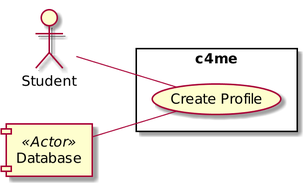
The PlantUML diagram c4me.png in Omarfos/CSE416, before a commit.
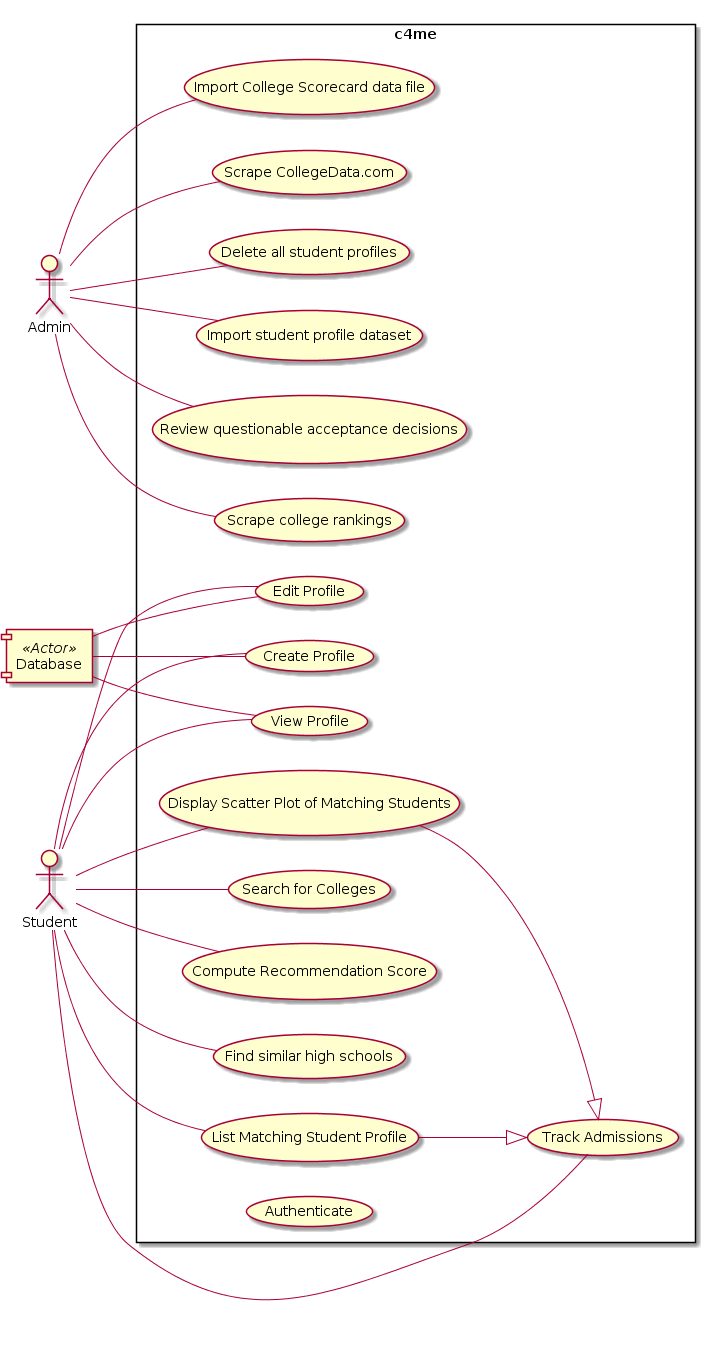
Above is the later version.

Commit message:
Add all Use Cases

Diff of the diagram source:
```diff
@@ -1,13 +1,55 @@
 @startuml
-scale 2
+scale 1
 left to right direction
 
 actor Student
-component Database <<Actor>> as db
+actor Admin
+component "Database" <<Actor>> as db
 
 rectangle c4me {
     (Create Profile) as UC1
+    (View Profile) as UC2
+    (Edit Profile) as UC3
+    (Search for Colleges) as UC4
+    (Compute Recommendation Score) as UC5
+    (Find similar high schools) as UC6
+    (Track Admissions) as UC7
+    (List Matching Student Profile) as UC8
+    (Display Scatter Plot of Matching Students) as UC9
+
+    (Scrape college rankings) as UCA1
+    (Import College Scorecard data file) as UCA2
+    (Scrape CollegeData.com) as UCA3
+    (Delete all student profiles) as UCA4
+    (Import student profile dataset) as UCA5
+    (Review questionable acceptance decisions) as UCA6
+
+    (Authenticate) as Auth
+
+
     Student -- UC1
+    Student -- UC2
+    Student -- UC3
+    Student -- UC4
+    Student -- UC5
+    Student -- UC6
+    Student -- UC7
+    Student -- UC8
+    Student -- UC9
+
+    Admin -- UCA1
+    Admin -- UCA2
+    Admin -- UCA3
+    Admin -- UCA4
+    Admin -- UCA5
+    Admin -- UCA6
+
     db -- UC1
+    db -- UC2
+    db -- UC3
+
+
+    UC8 --|> UC7
+    UC9 --|> UC7
 }
 @enduml
```
